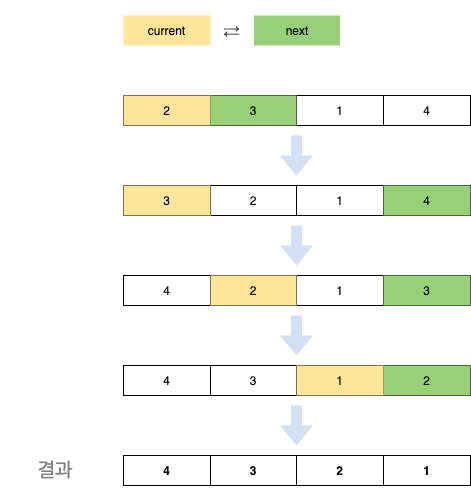
Before: asset/images/algorithm/sort-number/sort-desc-example.png, a diagram exported from draw.io (mindcloud92/mindcloud92.github.io). Source tidied: cells renumbered, new cells last; positions are measured from the earlier drawing's top-left corner, leaving out a move shared by most shapes.
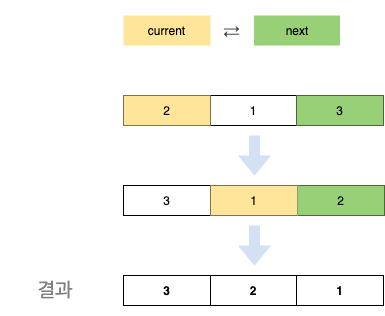
Above is the later version.

Diff of the diagram source:
```diff
@@ -3,121 +3,64 @@
     <mxCell id="0" />
     <mxCell id="1" parent="0" />
     <mxCell id="2" style="shape=table;html=1;whiteSpace=wrap;startSize=0;fontColor=#00994D;" parent="1" vertex="1">
-      <mxGeometry x="123" y="95" width="347" height="30" as="geometry" />
+      <mxGeometry x="123" y="95" width="260" height="30" as="geometry" />
     </mxCell>
     <mxCell id="3" style="shape=partialRectangle;html=1;whiteSpace=wrap;fillColor=none;top=0;left=0;bottom=0;right=0;" parent="2" vertex="1">
-      <mxGeometry width="347" height="30" as="geometry" />
+      <mxGeometry width="260" height="30" as="geometry" />
     </mxCell>
     <mxCell id="4" value="2" style="shape=partialRectangle;html=1;whiteSpace=wrap;top=0;left=0;bottom=0;right=0;overflow=hidden;fillColor=#FFE599;" parent="3" vertex="1">
       <mxGeometry width="87" height="30" as="geometry" />
     </mxCell>
-    <mxCell id="5" value="3" style="shape=partialRectangle;html=1;whiteSpace=wrap;top=0;left=0;bottom=0;right=0;overflow=hidden;fillColor=#97D077;" parent="3" vertex="1">
+    <mxCell id="5" value="1" style="shape=partialRectangle;html=1;whiteSpace=wrap;top=0;left=0;bottom=0;right=0;overflow=hidden;fillColor=none;" parent="3" vertex="1">
       <mxGeometry x="87" width="86" height="30" as="geometry" />
     </mxCell>
-    <mxCell id="6" value="1" style="shape=partialRectangle;html=1;whiteSpace=wrap;fillColor=none;top=0;left=0;bottom=0;right=0;overflow=hidden;" parent="3" vertex="1">
+    <mxCell id="6" value="3" style="shape=partialRectangle;html=1;whiteSpace=wrap;top=0;left=0;bottom=0;right=0;overflow=hidden;fillColor=#97D077;" parent="3" vertex="1">
       <mxGeometry x="173" width="87" height="30" as="geometry" />
     </mxCell>
-    <mxCell id="7" value="4" style="shape=partialRectangle;html=1;whiteSpace=wrap;fillColor=none;top=0;left=0;bottom=0;right=0;overflow=hidden;" parent="3" vertex="1">
-      <mxGeometry x="260" width="87" height="30" as="geometry" />
-    </mxCell>
     <mxCell id="8" style="shape=table;html=1;whiteSpace=wrap;startSize=0;fontColor=#00994D;" parent="1" vertex="1">
-      <mxGeometry x="123" y="185" width="347" height="30" as="geometry" />
+      <mxGeometry x="123" y="185" width="261" height="30" as="geometry" />
     </mxCell>
     <mxCell id="9" style="shape=partialRectangle;html=1;whiteSpace=wrap;fillColor=none;top=0;left=0;bottom=0;right=0;" parent="8" vertex="1">
-      <mxGeometry width="347" height="30" as="geometry" />
+      <mxGeometry width="261" height="30" as="geometry" />
     </mxCell>
-    <mxCell id="10" value="3" style="shape=partialRectangle;html=1;whiteSpace=wrap;top=0;left=0;bottom=0;right=0;overflow=hidden;fillColor=#FFE599;" parent="9" vertex="1">
+    <mxCell id="10" value="3" style="shape=partialRectangle;html=1;whiteSpace=wrap;top=0;left=0;bottom=0;right=0;overflow=hidden;fillColor=none;" parent="9" vertex="1">
       <mxGeometry width="87" height="30" as="geometry" />
     </mxCell>
-    <mxCell id="11" value="2" style="shape=partialRectangle;html=1;whiteSpace=wrap;fillColor=none;top=0;left=0;bottom=0;right=0;overflow=hidden;" parent="9" vertex="1">
-      <mxGeometry x="87" width="86" height="30" as="geometry" />
-    </mxCell>
-    <mxCell id="12" value="1" style="shape=partialRectangle;html=1;whiteSpace=wrap;fillColor=none;top=0;left=0;bottom=0;right=0;overflow=hidden;" parent="9" vertex="1">
-      <mxGeometry x="173" width="87" height="30" as="geometry" />
+    <mxCell id="12" value="1" style="shape=partialRectangle;html=1;whiteSpace=wrap;top=0;left=0;bottom=0;right=0;overflow=hidden;fillColor=#FFE599;" parent="9" vertex="1">
+      <mxGeometry x="87" width="87" height="30" as="geometry" />
     </mxCell>
-    <mxCell id="13" value="4" style="shape=partialRectangle;html=1;whiteSpace=wrap;top=0;left=0;bottom=0;right=0;overflow=hidden;fillColor=#97D077;" parent="9" vertex="1">
-      <mxGeometry x="260" width="87" height="30" as="geometry" />
+    <mxCell id="13" value="2" style="shape=partialRectangle;html=1;whiteSpace=wrap;top=0;left=0;bottom=0;right=0;overflow=hidden;fillColor=#97D077;" parent="9" vertex="1">
+      <mxGeometry x="174" width="87" height="30" as="geometry" />
     </mxCell>
     <mxCell id="14" style="shape=flexArrow;endArrow=classic;html=1;fontColor=#242424;fillColor=#D4E1F5;strokeColor=#D4E1F5;" parent="1" edge="1">
       <mxGeometry relative="1" as="geometry">
-        <mxPoint x="296" y="135" as="sourcePoint" />
-        <mxPoint x="296" y="175" as="targetPoint" />
+        <mxPoint x="254" y="135" as="sourcePoint" />
+        <mxPoint x="254" y="175" as="targetPoint" />
       </mxGeometry>
     </mxCell>
-    <mxCell id="15" style="shape=table;html=1;whiteSpace=wrap;startSize=0;fontColor=#00994D;" parent="1" vertex="1">
-      <mxGeometry x="123" y="275" width="347" height="30" as="geometry" />
-    </mxCell>
-    <mxCell id="16" style="shape=partialRectangle;html=1;whiteSpace=wrap;fillColor=none;top=0;left=0;bottom=0;right=0;" parent="15" vertex="1">
-      <mxGeometry width="347" height="30" as="geometry" />
-    </mxCell>
-    <mxCell id="17" value="4" style="shape=partialRectangle;html=1;whiteSpace=wrap;fillColor=none;top=0;left=0;bottom=0;right=0;overflow=hidden;" parent="16" vertex="1">
-      <mxGeometry width="87" height="30" as="geometry" />
-    </mxCell>
-    <mxCell id="18" value="2" style="shape=partialRectangle;html=1;whiteSpace=wrap;top=0;left=0;bottom=0;right=0;overflow=hidden;fillColor=#FFE599;" parent="16" vertex="1">
-      <mxGeometry x="87" width="86" height="30" as="geometry" />
-    </mxCell>
-    <mxCell id="19" value="1" style="shape=partialRectangle;html=1;whiteSpace=wrap;fillColor=none;top=0;left=0;bottom=0;right=0;overflow=hidden;" parent="16" vertex="1">
-      <mxGeometry x="173" width="87" height="30" as="geometry" />
-    </mxCell>
-    <mxCell id="20" value="3" style="shape=partialRectangle;html=1;whiteSpace=wrap;top=0;left=0;bottom=0;right=0;overflow=hidden;fillColor=#97D077;" parent="16" vertex="1">
-      <mxGeometry x="260" width="87" height="30" as="geometry" />
-    </mxCell>
-    <mxCell id="21" style="shape=flexArrow;endArrow=classic;html=1;fontColor=#242424;fillColor=#D4E1F5;strokeColor=#D4E1F5;" parent="1" edge="1">
-      <mxGeometry relative="1" as="geometry">
-        <mxPoint x="296" y="225" as="sourcePoint" />
-        <mxPoint x="296" y="265" as="targetPoint" />
-      </mxGeometry>
-    </mxCell>
-    <mxCell id="22" style="shape=table;html=1;whiteSpace=wrap;startSize=0;fontColor=#00994D;" parent="1" vertex="1">
-      <mxGeometry x="123" y="365" width="347" height="30" as="geometry" />
-    </mxCell>
-    <mxCell id="23" style="shape=partialRectangle;html=1;whiteSpace=wrap;fillColor=none;top=0;left=0;bottom=0;right=0;" parent="22" vertex="1">
-      <mxGeometry width="347" height="30" as="geometry" />
-    </mxCell>
-    <mxCell id="24" value="4" style="shape=partialRectangle;html=1;whiteSpace=wrap;fillColor=none;top=0;left=0;bottom=0;right=0;overflow=hidden;" parent="23" vertex="1">
-      <mxGeometry width="87" height="30" as="geometry" />
-    </mxCell>
-    <mxCell id="25" value="3" style="shape=partialRectangle;html=1;whiteSpace=wrap;fillColor=none;top=0;left=0;bottom=0;right=0;overflow=hidden;" parent="23" vertex="1">
-      <mxGeometry x="87" width="86" height="30" as="geometry" />
-    </mxCell>
-    <mxCell id="26" value="1" style="shape=partialRectangle;html=1;whiteSpace=wrap;top=0;left=0;bottom=0;right=0;overflow=hidden;fillColor=#FFE599;" parent="23" vertex="1">
-      <mxGeometry x="173" width="87" height="30" as="geometry" />
-    </mxCell>
-    <mxCell id="27" value="2" style="shape=partialRectangle;html=1;whiteSpace=wrap;top=0;left=0;bottom=0;right=0;overflow=hidden;fillColor=#97D077;" parent="23" vertex="1">
-      <mxGeometry x="260" width="87" height="30" as="geometry" />
-    </mxCell>
-    <mxCell id="28" style="shape=flexArrow;endArrow=classic;html=1;fontColor=#242424;fillColor=#D4E1F5;strokeColor=#D4E1F5;" parent="1" edge="1">
-      <mxGeometry relative="1" as="geometry">
-        <mxPoint x="296" y="315" as="sourcePoint" />
-        <mxPoint x="296" y="355" as="targetPoint" />
-      </mxGeometry>
-    </mxCell>
     <mxCell id="29" style="shape=table;html=1;whiteSpace=wrap;startSize=0;fontColor=#00994D;fontStyle=0;" parent="1" vertex="1">
-      <mxGeometry x="123" y="455" width="347" height="30" as="geometry" />
+      <mxGeometry x="123" y="275" width="260" height="30" as="geometry" />
     </mxCell>
     <mxCell id="30" style="shape=partialRectangle;html=1;whiteSpace=wrap;fillColor=none;top=0;left=0;bottom=0;right=0;" parent="29" vertex="1">
-      <mxGeometry width="347" height="30" as="geometry" />
+      <mxGeometry width="260" height="30" as="geometry" />
     </mxCell>
-    <mxCell id="31" value="4" style="shape=partialRectangle;html=1;whiteSpace=wrap;fillColor=none;top=0;left=0;bottom=0;right=0;overflow=hidden;fontStyle=1;" parent="30" vertex="1">
+    <mxCell id="31" value="3" style="shape=partialRectangle;html=1;whiteSpace=wrap;fillColor=none;top=0;left=0;bottom=0;right=0;overflow=hidden;fontStyle=1;" parent="30" vertex="1">
       <mxGeometry width="87" height="30" as="geometry" />
     </mxCell>
-    <mxCell id="32" value="3" style="shape=partialRectangle;html=1;whiteSpace=wrap;fillColor=none;top=0;left=0;bottom=0;right=0;overflow=hidden;fontStyle=1;" parent="30" vertex="1">
+    <mxCell id="32" value="2" style="shape=partialRectangle;html=1;whiteSpace=wrap;fillColor=none;top=0;left=0;bottom=0;right=0;overflow=hidden;fontStyle=1;" parent="30" vertex="1">
       <mxGeometry x="87" width="86" height="30" as="geometry" />
     </mxCell>
-    <mxCell id="33" value="2" style="shape=partialRectangle;html=1;whiteSpace=wrap;fillColor=none;top=0;left=0;bottom=0;right=0;overflow=hidden;fontStyle=1;" parent="30" vertex="1">
+    <mxCell id="33" value="1" style="shape=partialRectangle;html=1;whiteSpace=wrap;fillColor=none;top=0;left=0;bottom=0;right=0;overflow=hidden;fontStyle=1;" parent="30" vertex="1">
       <mxGeometry x="173" width="87" height="30" as="geometry" />
     </mxCell>
-    <mxCell id="34" value="1" style="shape=partialRectangle;html=1;whiteSpace=wrap;fillColor=none;top=0;left=0;bottom=0;right=0;overflow=hidden;fontStyle=1;" parent="30" vertex="1">
-      <mxGeometry x="260" width="87" height="30" as="geometry" />
-    </mxCell>
     <mxCell id="35" style="shape=flexArrow;endArrow=classic;html=1;fontColor=#242424;fillColor=#D4E1F5;strokeColor=#D4E1F5;" parent="1" edge="1">
       <mxGeometry relative="1" as="geometry">
-        <mxPoint x="296" y="405" as="sourcePoint" />
-        <mxPoint x="296" y="445" as="targetPoint" />
+        <mxPoint x="254" y="225" as="sourcePoint" />
+        <mxPoint x="254" y="265" as="targetPoint" />
       </mxGeometry>
     </mxCell>
     <mxCell id="36" value="결과" style="text;html=1;strokeColor=none;fillColor=none;align=center;verticalAlign=middle;whiteSpace=wrap;rounded=0;fontSize=20;fontStyle=0;fontColor=#808080;" parent="1" vertex="1">
-      <mxGeometry y="445" width="110" height="50" as="geometry" />
+      <mxGeometry y="265" width="110" height="50" as="geometry" />
     </mxCell>
     <mxCell id="37" value="current" style="shape=partialRectangle;html=1;whiteSpace=wrap;top=0;left=0;bottom=0;right=0;overflow=hidden;fillColor=#FFE599;strokeColor=#242424;" parent="1" vertex="1">
       <mxGeometry x="123" y="15" width="87" height="30" as="geometry" />
```
